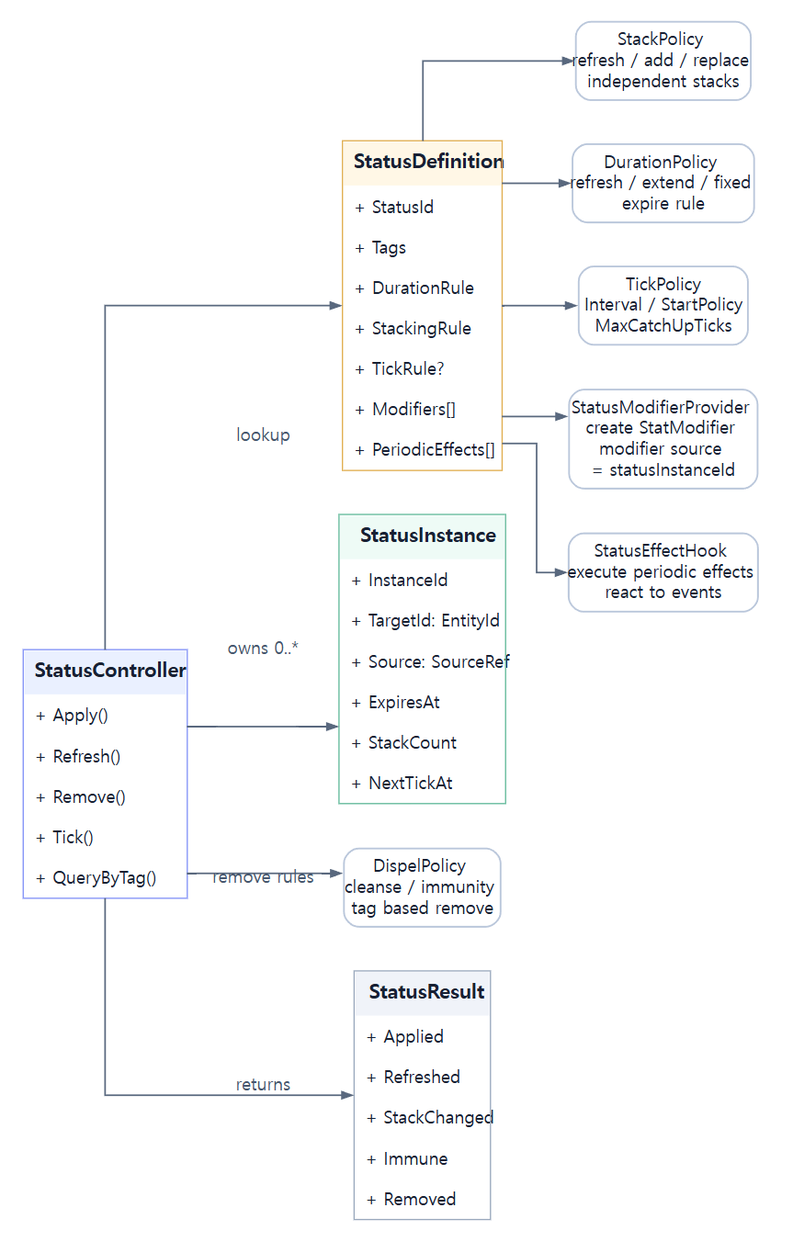
Before: assets/diagrams/26_status_core_class_diagram.png, a diagram exported from Graphviz (JY-LemongO/game-system-framework-knowledge-site). Its source is kept beside it as source/diagrams/26_status_core_class_diagram.dot.
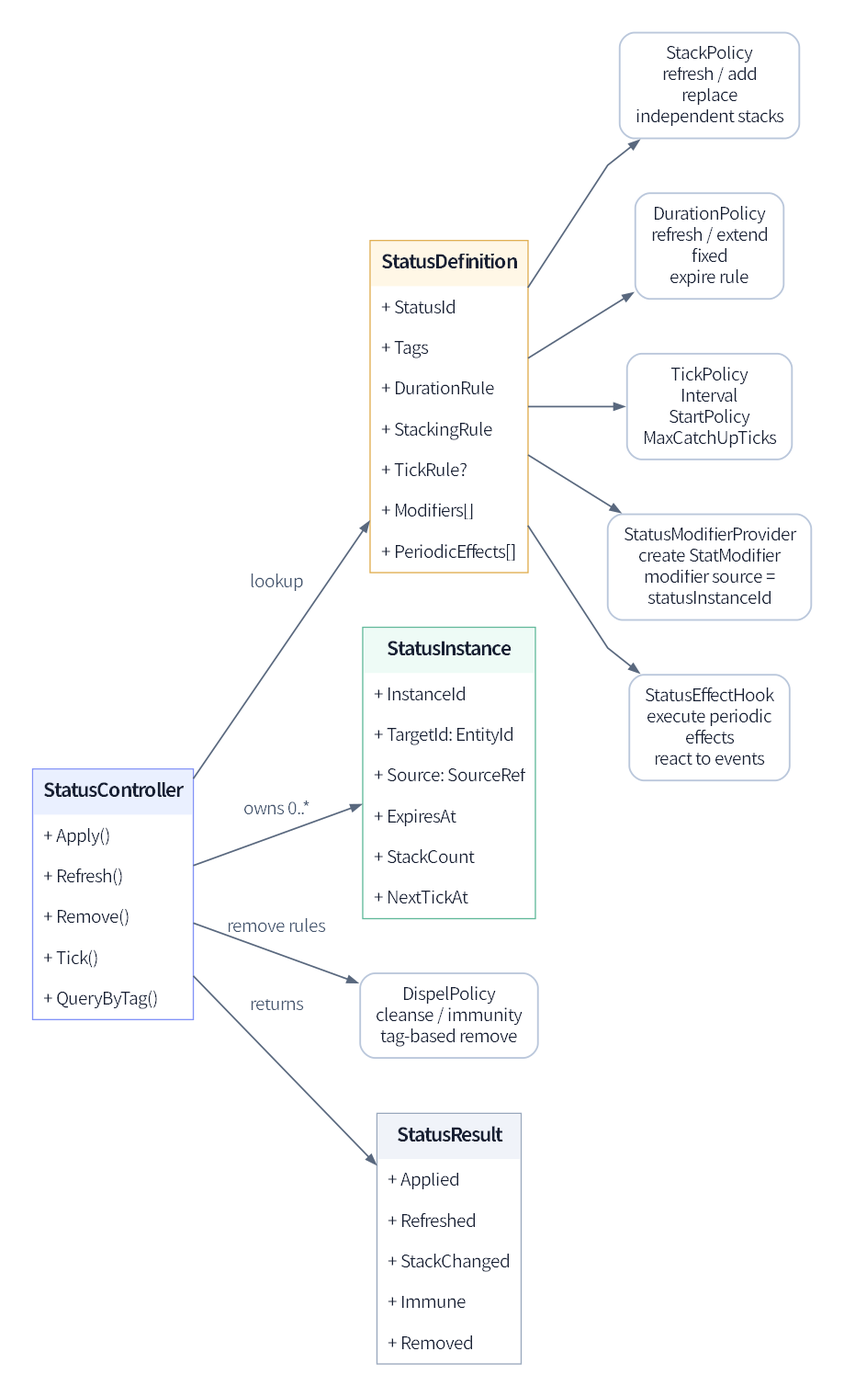
Later version of the same file.

What changed in the source:
```diff
@@ -1,33 +1,20 @@
 digraph G {
-  graph [fontname="Noto Sans CJK KR", bgcolor="#ffffff", margin=0.12, pad=0.25, ranksep=0.70, nodesep=0.50];
-  node [fontname="Noto Sans CJK KR", shape=box, style="rounded,filled", color="#bac7db", penwidth=1.4, fillcolor="#ffffff", fontcolor="#182033", margin="0.14,0.09"];
-  edge [fontname="Noto Sans CJK KR", color="#59687e", fontcolor="#46566e", arrowsize=0.8, penwidth=1.3];
-  rankdir=LR; splines=ortho;
+  graph [fontname="Noto Sans KR", bgcolor="#ffffff", margin=0.12, pad=0.25, ranksep=0.78, nodesep=0.62];
+  node [fontname="Noto Sans KR", shape=box, style="rounded,filled", color="#bac7db", penwidth=1.4, fillcolor="#ffffff", fontcolor="#182033", margin="0.18,0.12"];
+  edge [fontname="Noto Sans KR", color="#59687e", fontcolor="#46566e", arrowsize=0.8, penwidth=1.3];
+  rankdir=LR; splines=polyline;
   StatusDefinition [shape=plain,label=<
 <TABLE BORDER="1" CELLBORDER="0" CELLPADDING="8" CELLSPACING="0" COLOR="#e0ad4e"><TR><TD BGCOLOR="#fff7e6"><B><FONT POINT-SIZE="16">StatusDefinition</FONT></B></TD></TR><TR><TD ALIGN="LEFT">+ StatusId</TD></TR><TR><TD ALIGN="LEFT">+ Tags</TD></TR><TR><TD ALIGN="LEFT">+ DurationRule</TD></TR><TR><TD ALIGN="LEFT">+ StackingRule</TD></TR><TR><TD ALIGN="LEFT">+ TickRule?</TD></TR><TR><TD ALIGN="LEFT">+ Modifiers[]</TD></TR><TR><TD ALIGN="LEFT">+ PeriodicEffects[]</TD></TR></TABLE>>];
   StatusInstance [shape=plain,label=<
 <TABLE BORDER="1" CELLBORDER="0" CELLPADDING="8" CELLSPACING="0" COLOR="#61b99a"><TR><TD BGCOLOR="#eefbf6"><B><FONT POINT-SIZE="16">StatusInstance</FONT></B></TD></TR><TR><TD ALIGN="LEFT">+ InstanceId</TD></TR><TR><TD ALIGN="LEFT">+ TargetId: EntityId</TD></TR><TR><TD ALIGN="LEFT">+ Source: SourceRef</TD></TR><TR><TD ALIGN="LEFT">+ ExpiresAt</TD></TR><TR><TD ALIGN="LEFT">+ StackCount</TD></TR><TR><TD ALIGN="LEFT">+ NextTickAt</TD></TR></TABLE>>];
   StatusController [shape=plain,label=<
 <TABLE BORDER="1" CELLBORDER="0" CELLPADDING="8" CELLSPACING="0" COLOR="#8292f7"><TR><TD BGCOLOR="#eaf0ff"><B><FONT POINT-SIZE="16">StatusController</FONT></B></TD></TR><TR><TD ALIGN="LEFT">+ Apply()</TD></TR><TR><TD ALIGN="LEFT">+ Refresh()</TD></TR><TR><TD ALIGN="LEFT">+ Remove()</TD></TR><TR><TD ALIGN="LEFT">+ Tick()</TD></TR><TR><TD ALIGN="LEFT">+ QueryByTag()</TD></TR></TABLE>>];
-  StackPolicy [label="StackPolicy
-refresh / add / replace
-independent stacks"];
-  DurationPolicy [label="DurationPolicy
-refresh / extend / fixed
-expire rule"];
-  TickPolicy [label="TickPolicy
-Interval / StartPolicy
-MaxCatchUpTicks"];
-  StatusModifierProvider [label="StatusModifierProvider
-create StatModifier
-modifier source
-= statusInstanceId"];
-  StatusEffectHook [label="StatusEffectHook
-execute periodic effects
-react to events"];
-  DispelPolicy [label="DispelPolicy
-cleanse / immunity
-tag based remove"];
+  StackPolicy [label="StackPolicy\nrefresh / add\nreplace\nindependent stacks"];
+  DurationPolicy [label="DurationPolicy\nrefresh / extend\nfixed\nexpire rule"];
+  TickPolicy [label="TickPolicy\nInterval\nStartPolicy\nMaxCatchUpTicks"];
+  StatusModifierProvider [label="StatusModifierProvider\ncreate StatModifier\nmodifier source =\nstatusInstanceId"];
+  StatusEffectHook [label="StatusEffectHook\nexecute periodic\neffects\nreact to events"];
+  DispelPolicy [label="DispelPolicy\ncleanse / immunity\ntag-based remove"];
   StatusResult [shape=plain,label=<
 <TABLE BORDER="1" CELLBORDER="0" CELLPADDING="8" CELLSPACING="0" COLOR="#99a8bd"><TR><TD BGCOLOR="#f0f3f9"><B><FONT POINT-SIZE="16">StatusResult</FONT></B></TD></TR><TR><TD ALIGN="LEFT">+ Applied</TD></TR><TR><TD ALIGN="LEFT">+ Refreshed</TD></TR><TR><TD ALIGN="LEFT">+ StackChanged</TD></TR><TR><TD ALIGN="LEFT">+ Immune</TD></TR><TR><TD ALIGN="LEFT">+ Removed</TD></TR></TABLE>>];
   StatusDefinition -> StackPolicy;
```
